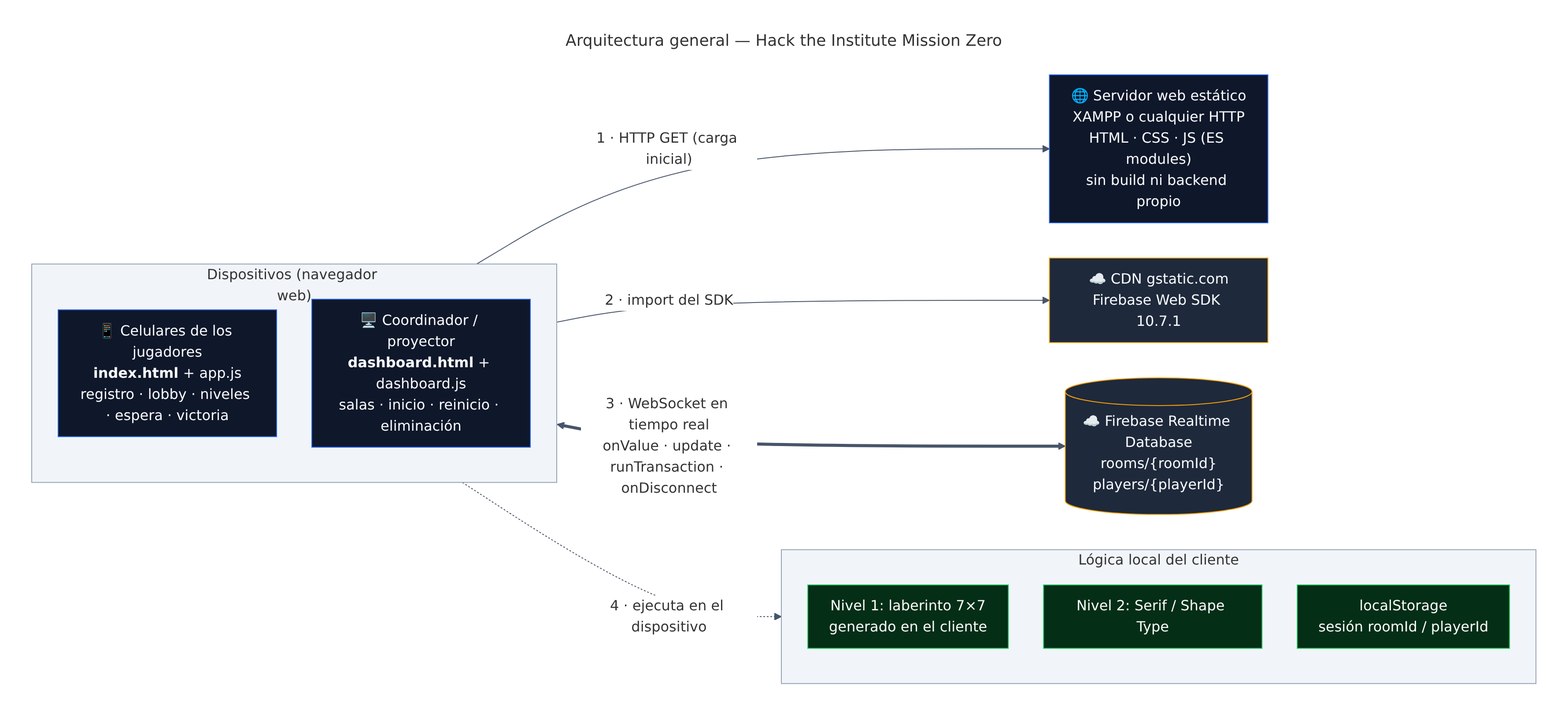
The Mermaid diagram docs/diagramas/01-arquitectura-general.png in morphine75/escape_room, before a commit. Its source is kept beside it as docs/diagramas/fuentes/01-arquitectura-general.mmd.
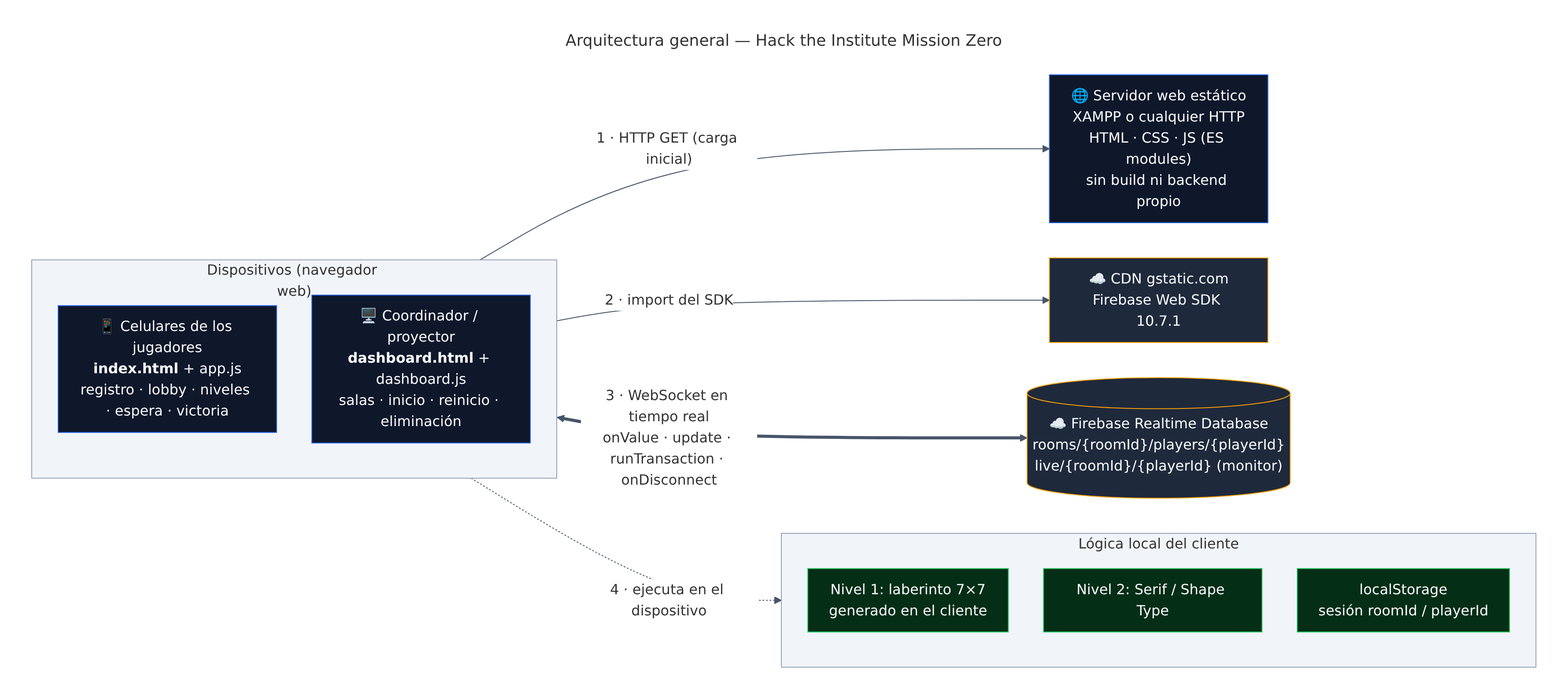
The same diagram one commit later.

Diff of the diagram source:
```diff
@@ -17,7 +17,7 @@
 
   WEB["🌐 Servidor web estático<br/>XAMPP o cualquier HTTP<br/>HTML · CSS · JS (ES modules)<br/>sin build ni backend propio"]
   CDN["☁️ CDN gstatic.com<br/>Firebase Web SDK 10.7.1"]
-  DB[("☁️ Firebase Realtime Database<br/>rooms/{roomId}<br/>players/{playerId}")]
+  DB[("☁️ Firebase Realtime Database<br/>rooms/{roomId}/players/{playerId}<br/>live/{roomId}/{playerId} (monitor)")]
 
   Clientes -- "1 · HTTP GET (carga inicial)" --> WEB
   Clientes -- "2 · import del SDK" --> CDN
```
